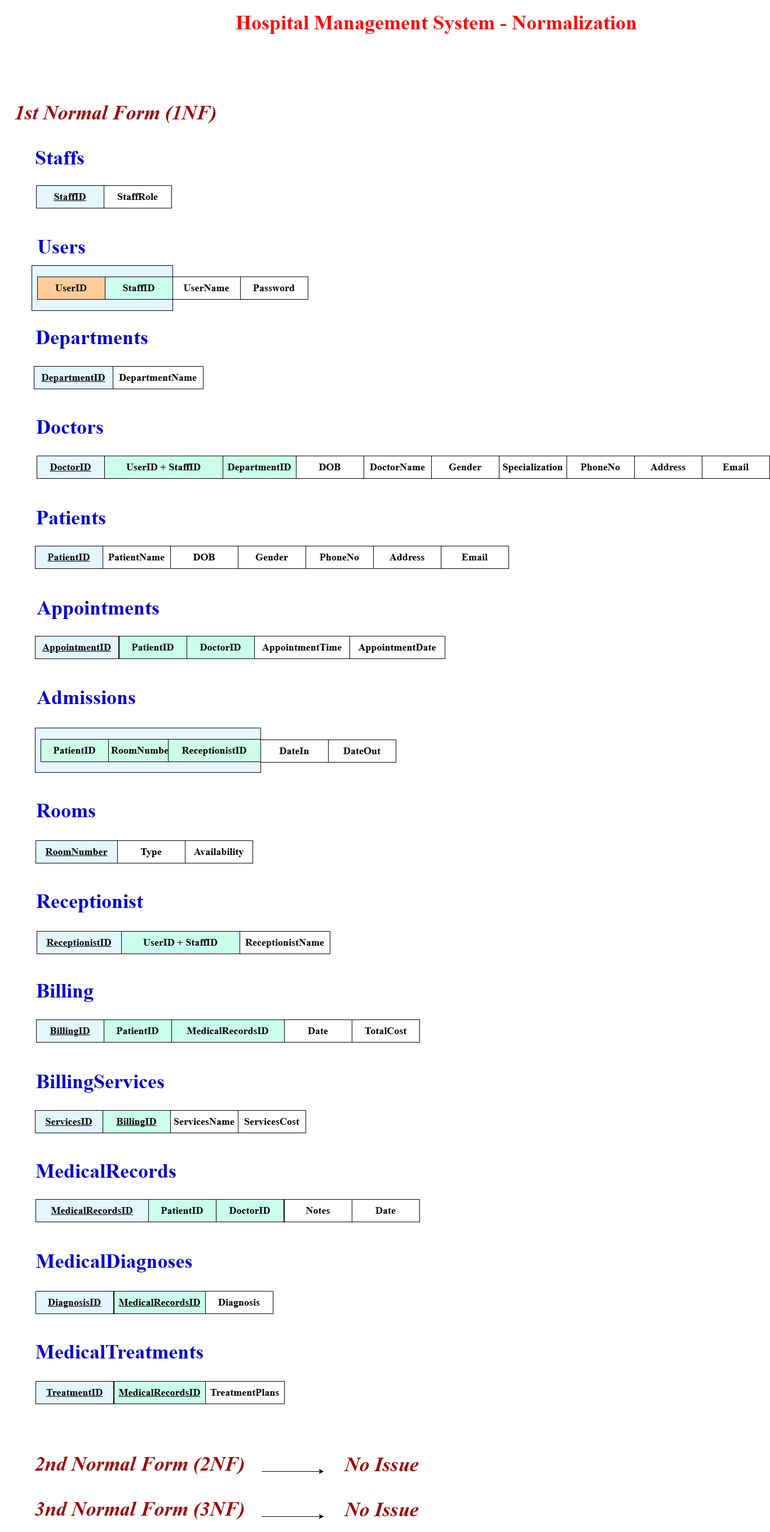
Above: Images/_HospitalManagementSystemNormalization.png in rahmaAlmamari/HospitalManagementSystem (draw.io), before the change. Source tidied: cells renumbered, new cells last; positions are measured from the earlier drawing's top-left corner, leaving out a move shared by most shapes.
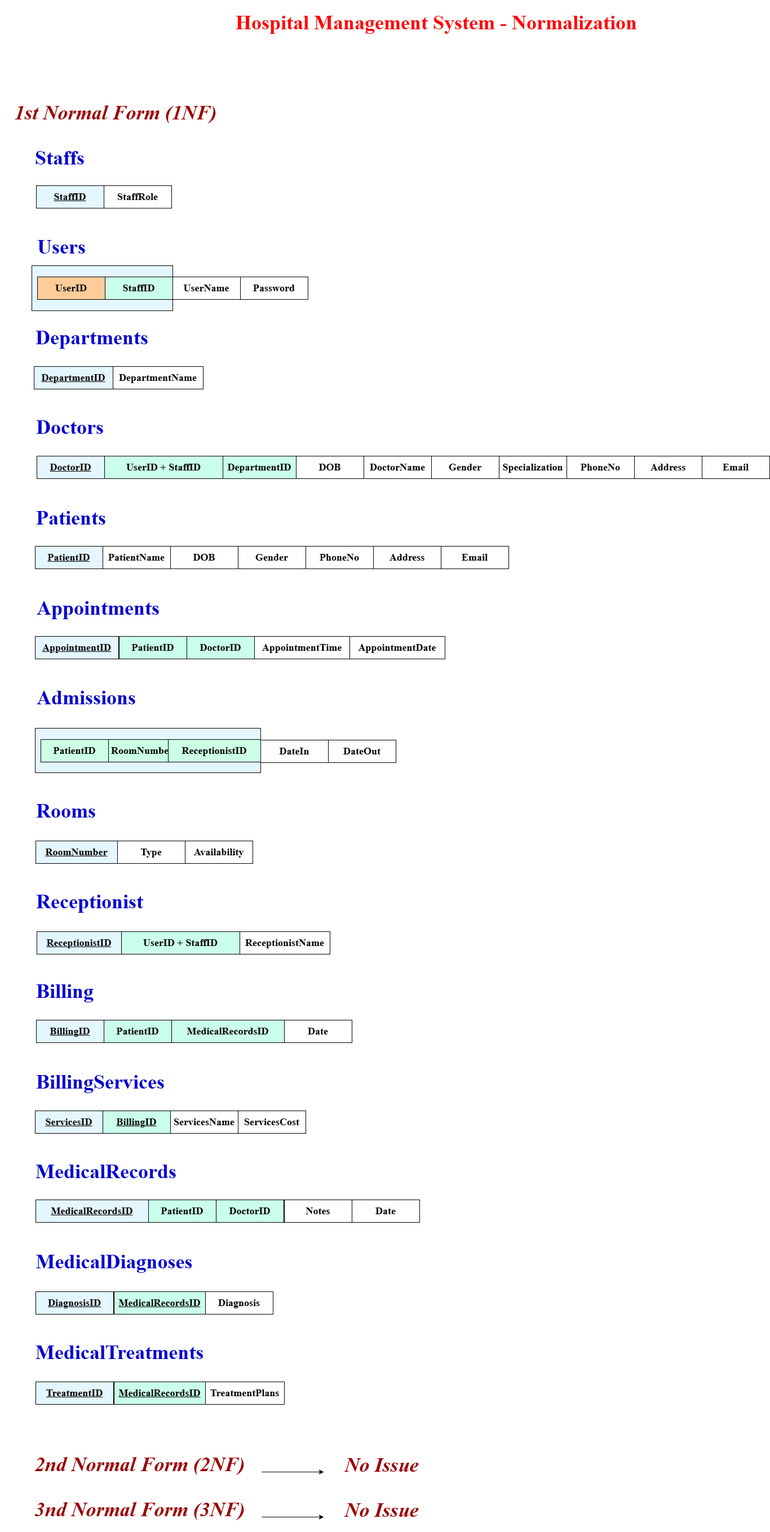
Above is the later version.

Commit message:
Modfiy the Normalization solution

What changed in the source:
```diff
@@ -179,9 +179,6 @@
     <mxCell id="60" value="&lt;b style=&quot;font-family: &amp;quot;Times New Roman&amp;quot;;&quot;&gt;&lt;font style=&quot;font-size: 18px;&quot;&gt;Date&lt;/font&gt;&lt;/b&gt;" style="whiteSpace=wrap;html=1;align=center;" parent="1" vertex="1">
       <mxGeometry x="504" y="1810" width="120" height="40" as="geometry" />
     </mxCell>
-    <mxCell id="61" value="&lt;b style=&quot;font-family: &amp;quot;Times New Roman&amp;quot;;&quot;&gt;&lt;font style=&quot;font-size: 18px;&quot;&gt;TotalCost&lt;/font&gt;&lt;/b&gt;" style="whiteSpace=wrap;html=1;align=center;" parent="1" vertex="1">
-      <mxGeometry x="624" y="1810" width="120" height="40" as="geometry" />
-    </mxCell>
     <mxCell id="62" value="&lt;font style=&quot;font-size: 36px; color: rgb(0, 0, 204);&quot;&gt;&lt;b&gt;&lt;span&gt;&lt;font style=&quot;&quot; face=&quot;Times New Roman&quot;&gt;Billing&lt;/font&gt;&lt;/span&gt;&lt;span style=&quot;font-family: &amp;quot;Times New Roman&amp;quot;;&quot;&gt;Services&lt;/span&gt;&lt;/b&gt;&lt;/font&gt;" style="text;html=1;align=center;verticalAlign=middle;whiteSpace=wrap;rounded=0;" parent="1" vertex="1">
       <mxGeometry x="107" y="1900" width="142" height="40" as="geometry" />
     </mxCell>
```
